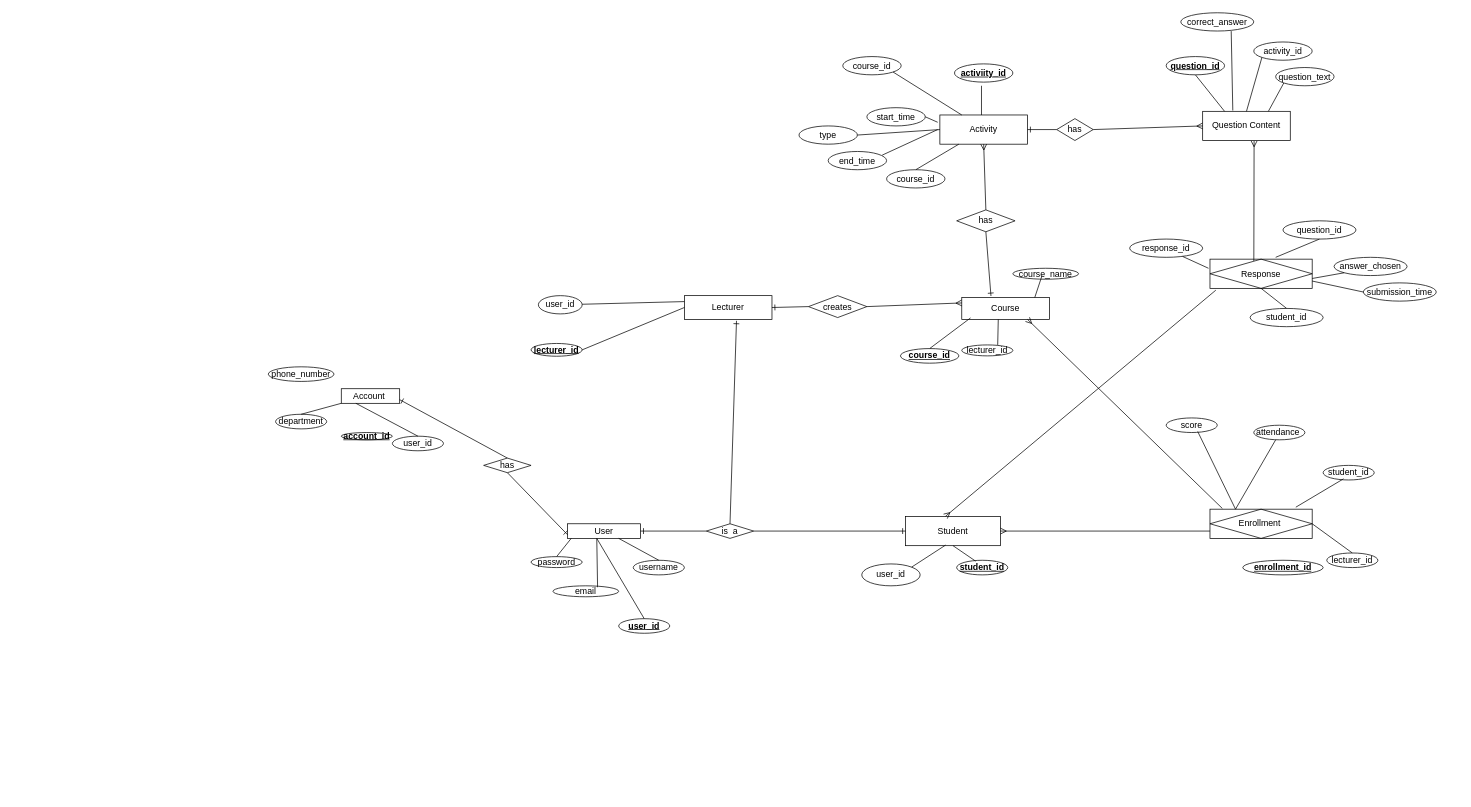
Above: Untitled Diagram.drawio in InnoMind002/InnoMind002 (draw.io), before the change. Source tidied: cells renumbered, new cells numbered last; positions are measured from the earlier drawing's top-left corner, leaving out a move shared by most shapes. Both pictures are drawn from the tidied source at 73%, with x=0, y=0 at pixel (268, 12).
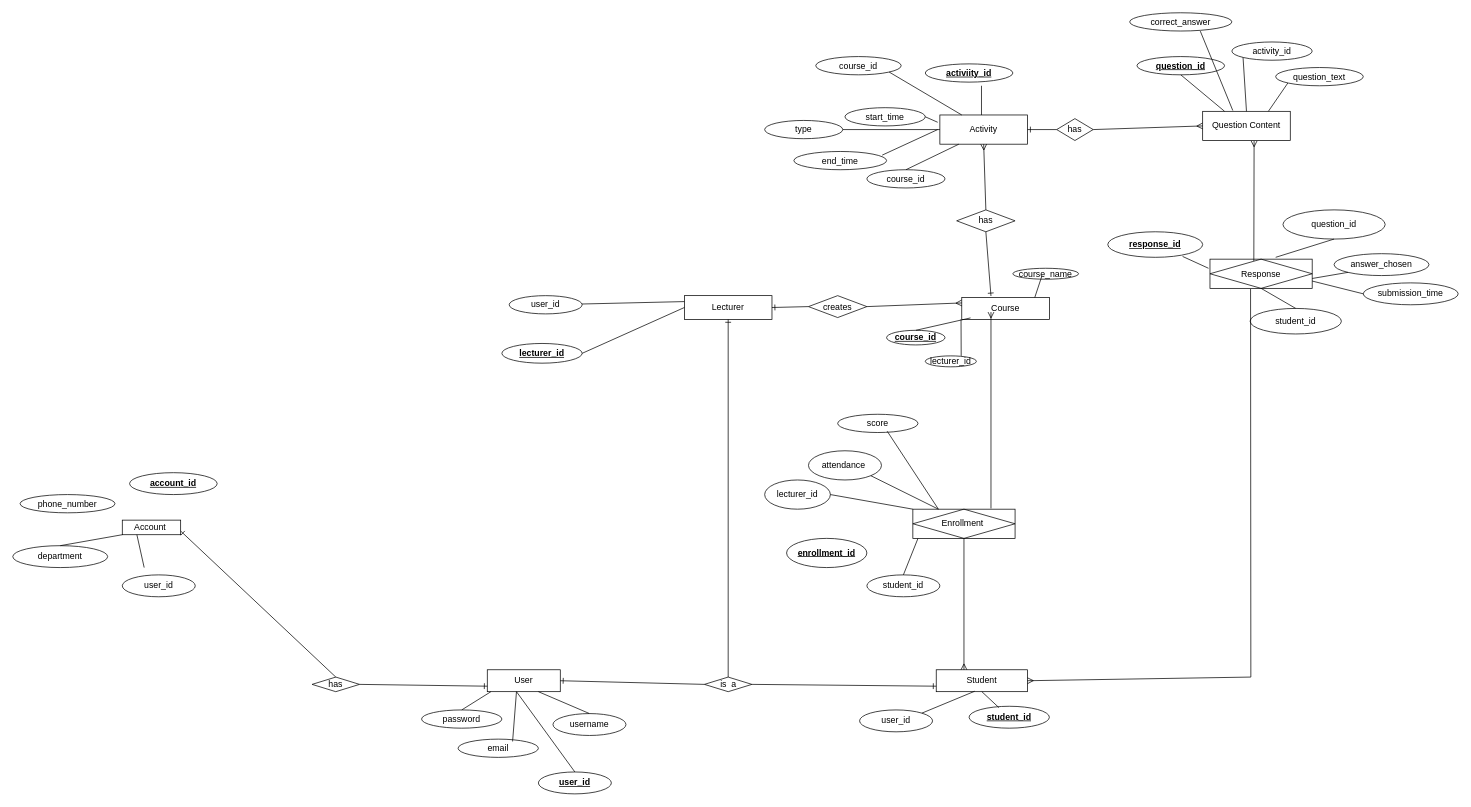
After the change.

Unchanged cells that the change refers to:
```xml
<mxCell id="2" value="Lecturer" style="rounded=0;whiteSpace=wrap;html=1;" parent="1" vertex="1">
  <mxGeometry x="570" y="387.5" width="120" height="32.5" as="geometry" />
</mxCell>
<mxCell id="3" value="Course" style="rounded=0;whiteSpace=wrap;html=1;" parent="1" vertex="1">
  <mxGeometry x="950" y="390" width="120" height="30" as="geometry" />
</mxCell>
<mxCell id="85" value="Response" style="shape=associativeEntity;whiteSpace=wrap;html=1;align=center;" parent="1" vertex="1">
  <mxGeometry x="1290" y="337.5" width="140" height="40" as="geometry" />
</mxCell>
```

What changed in the source:
```diff
@@
     <mxCell id="4" value="Student" style="rounded=0;whiteSpace=wrap;html=1;" parent="1" vertex="1">
-      <mxGeometry x="873" y="690" width="130" height="40" as="geometry" />
+      <mxGeometry x="915" y="900" width="125" height="30" as="geometry" />
     </mxCell>
@@
     <mxCell id="6" value="Account&amp;nbsp;" style="rounded=0;whiteSpace=wrap;html=1;" parent="1" vertex="1">
-      <mxGeometry x="100" y="515" width="80" height="20" as="geometry" />
+      <mxGeometry x="-200" y="695" width="80" height="20" as="geometry" />
     </mxCell>
     <mxCell id="7" value="&lt;b&gt;&lt;u&gt;account_id&lt;/u&gt;&lt;/b&gt;" style="ellipse;whiteSpace=wrap;html=1;" parent="1" vertex="1">
-      <mxGeometry x="100" y="575" width="70" height="10" as="geometry" />
+      <mxGeometry x="-190" y="630" width="120" height="30" as="geometry" />
     </mxCell>
     <mxCell id="8" value="department" style="ellipse;whiteSpace=wrap;html=1;" parent="1" vertex="1">
-      <mxGeometry x="10" y="550" width="70" height="20" as="geometry" />
+      <mxGeometry x="-350" y="730" width="130" height="30" as="geometry" />
     </mxCell>
     <mxCell id="9" value="phone_number" style="ellipse;whiteSpace=wrap;html=1;" parent="1" vertex="1">
-      <mxGeometry y="485" width="90" height="20" as="geometry" />
+      <mxGeometry x="-340" y="660" width="130" height="25" as="geometry" />
     </mxCell>
@@
     <mxCell id="11" value="has" style="rhombus;whiteSpace=wrap;html=1;" parent="1" vertex="1">
-      <mxGeometry x="295" y="610" width="65" height="20" as="geometry" />
+      <mxGeometry x="60" y="910" width="65" height="20" as="geometry" />
     </mxCell>
-    <mxCell id="12" style="endArrow=ERone;html=1;rounded=0;entryX=0;entryY=0.5;entryDx=0;entryDy=0;exitX=1;exitY=0.5;exitDx=0;exitDy=0;endFill=0;" parent="1" edge="1" source="54" target="4">
+    <mxCell id="12" style="endArrow=ERone;html=1;rounded=0;entryX=0;entryY=0.75;entryDx=0;entryDy=0;exitX=1;exitY=0.5;exitDx=0;exitDy=0;endFill=0;entryPerimeter=0;" parent="1" edge="1" source="54" target="4">
       <mxGeometry relative="1" as="geometry" />
     </mxCell>
     <mxCell id="13" value="user_id" style="ellipse;whiteSpace=wrap;html=1;" parent="1" vertex="1">
-      <mxGeometry x="813" y="755" width="80" height="30" as="geometry" />
+      <mxGeometry x="810" y="955" width="100" height="30" as="geometry" />
     </mxCell>
     <mxCell id="14" value="user_id" style="ellipse;whiteSpace=wrap;html=1;" parent="1" vertex="1">
-      <mxGeometry x="370" y="387.5" width="60" height="25" as="geometry" />
+      <mxGeometry x="330" y="387.5" width="100" height="25" as="geometry" />
     </mxCell>
     <mxCell id="15" value="&lt;u&gt;&lt;b&gt;lecturer_id&lt;/b&gt;&lt;/u&gt;" style="ellipse;whiteSpace=wrap;html=1;" parent="1" vertex="1">
-      <mxGeometry x="360" y="453" width="70" height="17.5" as="geometry" />
+      <mxGeometry x="320" y="453" width="110" height="27" as="geometry" />
     </mxCell>
     <mxCell id="16" value="&lt;b&gt;&lt;u&gt;student_id&lt;/u&gt;&lt;/b&gt;" style="ellipse;whiteSpace=wrap;html=1;" parent="1" vertex="1">
-      <mxGeometry x="943" y="750" width="70" height="20" as="geometry" />
+      <mxGeometry x="960" y="950" width="110" height="30" as="geometry" />
     </mxCell>
@@
     <mxCell id="20" style="edgeStyle=orthogonalEdgeStyle;rounded=0;orthogonalLoop=1;jettySize=auto;html=1;exitX=0.5;exitY=1;exitDx=0;exitDy=0;" parent="1" edge="1">
       <mxGeometry relative="1" as="geometry">
-        <mxPoint x="1340" y="710" as="sourcePoint" />
-        <mxPoint x="1340" y="710" as="targetPoint" />
+        <mxPoint x="930" y="710" as="sourcePoint" />
+        <mxPoint x="930" y="710" as="targetPoint" />
       </mxGeometry>
     </mxCell>
     <mxCell id="21" value="end_time" style="ellipse;whiteSpace=wrap;html=1;" parent="1" vertex="1">
-      <mxGeometry x="767" y="190" width="80" height="25" as="geometry" />
+      <mxGeometry x="720" y="190" width="127" height="25" as="geometry" />
     </mxCell>
     <mxCell id="22" value="start_time" style="ellipse;whiteSpace=wrap;html=1;" parent="1" vertex="1">
-      <mxGeometry x="820" y="130" width="80" height="25" as="geometry" />
+      <mxGeometry x="790" y="130" width="110" height="25" as="geometry" />
     </mxCell>
     <mxCell id="23" value="&lt;b&gt;&lt;u&gt;course_id&lt;/u&gt;&lt;/b&gt;" style="ellipse;whiteSpace=wrap;html=1;" parent="1" vertex="1">
-      <mxGeometry x="866" y="460" width="80" height="20" as="geometry" />
+      <mxGeometry x="847" y="435" width="80" height="20" as="geometry" />
     </mxCell>
     <mxCell id="24" value="course_id" style="ellipse;whiteSpace=wrap;html=1;" parent="1" vertex="1">
-      <mxGeometry x="787" y="60" width="80" height="25" as="geometry" />
+      <mxGeometry x="750" y="60" width="117" height="25" as="geometry" />
     </mxCell>
     <mxCell id="25" value="user_id" style="ellipse;whiteSpace=wrap;html=1;" parent="1" vertex="1">
-      <mxGeometry x="170" y="580" width="70" height="20" as="geometry" />
+      <mxGeometry x="-200" y="770" width="100" height="30" as="geometry" />
     </mxCell>
-    <mxCell id="26" style="endArrow=none;html=1;rounded=0;exitX=0.5;exitY=0;exitDx=0;exitDy=0;entryX=0.25;entryY=1;entryDx=0;entryDy=0;" parent="1" edge="1" source="25" target="6">
-      <mxGeometry relative="1" as="geometry" />
+    <mxCell id="26" style="endArrow=none;html=1;rounded=0;entryX=0.25;entryY=1;entryDx=0;entryDy=0;" parent="1" edge="1" target="6">
+      <mxGeometry relative="1" as="geometry">
+        <mxPoint x="-170" y="760" as="sourcePoint" />
+      </mxGeometry>
     </mxCell>
     <mxCell id="27" value="User" style="rounded=0;whiteSpace=wrap;html=1;" parent="1" vertex="1">
-      <mxGeometry x="410" y="700" width="100" height="20" as="geometry" />
+      <mxGeometry x="300" y="900" width="100" height="30" as="geometry" />
     </mxCell>
     <mxCell id="28" value="&lt;u&gt;&lt;b&gt;user_id&lt;/b&gt;&lt;/u&gt;" style="ellipse;whiteSpace=wrap;html=1;" parent="1" vertex="1">
-      <mxGeometry x="480" y="830" width="70" height="20" as="geometry" />
+      <mxGeometry x="370" y="1040" width="100" height="30" as="geometry" />
     </mxCell>
     <mxCell id="29" value="username" style="ellipse;whiteSpace=wrap;html=1;" parent="1" vertex="1">
-      <mxGeometry x="500" y="750" width="70" height="20" as="geometry" />
+      <mxGeometry x="390" y="960" width="100" height="30" as="geometry" />
     </mxCell>
     <mxCell id="30" value="password" style="ellipse;whiteSpace=wrap;html=1;" parent="1" vertex="1">
-      <mxGeometry x="360" y="745" width="70" height="15" as="geometry" />
+      <mxGeometry x="210" y="955" width="110" height="25" as="geometry" />
     </mxCell>
     <mxCell id="31" value="email" style="ellipse;whiteSpace=wrap;html=1;direction=south;" parent="1" vertex="1">
-      <mxGeometry x="390" y="785" width="90" height="15" as="geometry" />
+      <mxGeometry x="260" y="995" width="110" height="25" as="geometry" />
     </mxCell>
@@
     <mxCell id="35" value="lecturer_id" style="ellipse;whiteSpace=wrap;html=1;" parent="1" vertex="1">
-      <mxGeometry x="950" y="455" width="70" height="15" as="geometry" />
+      <mxGeometry x="900" y="470" width="70" height="15" as="geometry" />
     </mxCell>
     <mxCell id="36" value="Enrollment&amp;nbsp;" style="shape=associativeEntity;whiteSpace=wrap;html=1;align=center;" parent="1" vertex="1">
-      <mxGeometry x="1290" y="680" width="140" height="40" as="geometry" />
+      <mxGeometry x="883" y="680" width="140" height="40" as="geometry" />
     </mxCell>
     <mxCell id="37" value="&lt;b&gt;&lt;u&gt;enrollment_id&lt;/u&gt;&lt;/b&gt;" style="ellipse;whiteSpace=wrap;html=1;" parent="1" vertex="1">
-      <mxGeometry x="1335" y="750" width="110" height="20" as="geometry" />
+      <mxGeometry x="710" y="720" width="110" height="40" as="geometry" />
     </mxCell>
     <mxCell id="38" value="attendance&amp;nbsp;" style="ellipse;whiteSpace=wrap;html=1;" parent="1" vertex="1">
-      <mxGeometry x="1350" y="565" width="70" height="20" as="geometry" />
+      <mxGeometry x="740" y="600" width="100" height="40" as="geometry" />
     </mxCell>
     <mxCell id="39" value="score" style="ellipse;whiteSpace=wrap;html=1;" parent="1" vertex="1">
-      <mxGeometry x="1230" y="555" width="70" height="20" as="geometry" />
+      <mxGeometry x="780" y="550" width="110" height="25" as="geometry" />
     </mxCell>
     <mxCell id="40" value="lecturer_id" style="ellipse;whiteSpace=wrap;html=1;" parent="1" vertex="1">
-      <mxGeometry x="1450" y="740" width="70" height="20" as="geometry" />
+      <mxGeometry x="680" y="640" width="90" height="40" as="geometry" />
     </mxCell>
     <mxCell id="41" value="student_id" style="ellipse;whiteSpace=wrap;html=1;" parent="1" vertex="1">
-      <mxGeometry x="1445" y="620" width="70" height="20" as="geometry" />
+      <mxGeometry x="820" y="770" width="100" height="30" as="geometry" />
     </mxCell>
@@
-    <mxCell id="45" style="endArrow=none;html=1;rounded=0;entryX=0;entryY=0.75;entryDx=0;entryDy=0;exitX=1;exitY=0.5;exitDx=0;exitDy=0;endFill=0;startFill=0;startArrow=ERmany;" parent="1" edge="1" source="4" target="36">
-      <mxGeometry relative="1" as="geometry" />
+    <mxCell id="45" style="endArrow=none;html=1;rounded=0;entryX=0.5;entryY=1;entryDx=0;entryDy=0;endFill=0;startFill=0;startArrow=ERmany;" parent="1" edge="1" target="36">
+      <mxGeometry relative="1" as="geometry">
+        <mxPoint x="953" y="900" as="sourcePoint" />
+      </mxGeometry>
     </mxCell>
-    <mxCell id="46" style="endArrow=none;html=1;rounded=0;entryX=0.25;entryY=0;entryDx=0;entryDy=0;" parent="1" edge="1" target="36">
-      <mxGeometry relative="1" as="geometry">
-        <mxPoint x="1380" y="585" as="sourcePoint" />
-      </mxGeometry>
+    <mxCell id="46" style="endArrow=none;html=1;rounded=0;entryX=0.25;entryY=0;entryDx=0;entryDy=0;exitX=1;exitY=1;exitDx=0;exitDy=0;" parent="1" edge="1" source="38" target="36">
+      <mxGeometry relative="1" as="geometry" />
     </mxCell>
-    <mxCell id="47" style="endArrow=none;html=1;rounded=0;entryX=0.5;entryY=0;entryDx=0;entryDy=0;exitX=1;exitY=0.5;exitDx=0;exitDy=0;" parent="1" edge="1" source="36" target="40">
+    <mxCell id="47" style="endArrow=none;html=1;rounded=0;entryX=1;entryY=0.5;entryDx=0;entryDy=0;exitX=0;exitY=0;exitDx=0;exitDy=0;" parent="1" edge="1" source="36" target="40">
       <mxGeometry relative="1" as="geometry" />
     </mxCell>
-    <mxCell id="48" style="endArrow=none;html=1;rounded=0;entryX=0.4;entryY=0.92;entryDx=0;entryDy=0;entryPerimeter=0;exitX=0.84;exitY=-0.068;exitDx=0;exitDy=0;exitPerimeter=0;" parent="1" edge="1" source="36" target="41">
-      <mxGeometry relative="1" as="geometry" />
+    <mxCell id="48" style="endArrow=none;html=1;rounded=0;entryX=0.5;entryY=0;entryDx=0;entryDy=0;" parent="1" edge="1" target="41">
+      <mxGeometry relative="1" as="geometry">
+        <mxPoint x="890" y="720" as="sourcePoint" />
+      </mxGeometry>
     </mxCell>
     <mxCell id="49" style="endArrow=none;html=1;rounded=0;exitX=0.128;exitY=0.321;exitDx=0;exitDy=0;exitPerimeter=0;" parent="1" edge="1" source="31">
       <mxGeometry relative="1" as="geometry">
-        <mxPoint x="450" y="720" as="targetPoint" />
+        <mxPoint x="340" y="930" as="targetPoint" />
       </mxGeometry>
     </mxCell>
     <mxCell id="50" style="endArrow=none;html=1;rounded=0;exitX=0.5;exitY=0;exitDx=0;exitDy=0;" parent="1" edge="1" source="28">
       <mxGeometry relative="1" as="geometry">
-        <mxPoint x="450" y="720" as="targetPoint" />
+        <mxPoint x="340" y="930" as="targetPoint" />
       </mxGeometry>
     </mxCell>
-    <mxCell id="51" style="endArrow=none;html=1;rounded=0;exitX=0;exitY=0.75;exitDx=0;exitDy=0;entryX=0.5;entryY=1;entryDx=0;entryDy=0;startArrow=ERone;startFill=0;" parent="1" edge="1" source="27" target="11">
+    <mxCell id="51" style="endArrow=none;html=1;rounded=0;exitX=0;exitY=0.75;exitDx=0;exitDy=0;startArrow=ERone;startFill=0;entryX=1;entryY=0.5;entryDx=0;entryDy=0;" parent="1" edge="1" source="27" target="11">
       <mxGeometry relative="1" as="geometry" />
     </mxCell>
     <mxCell id="52" style="endArrow=none;html=1;rounded=0;exitX=0.5;exitY=0;exitDx=0;exitDy=0;" parent="1" edge="1" source="29">
       <mxGeometry relative="1" as="geometry">
-        <mxPoint x="480" y="720" as="targetPoint" />
+        <mxPoint x="370" y="930" as="targetPoint" />
       </mxGeometry>
     </mxCell>
     <mxCell id="53" style="endArrow=none;html=1;rounded=0;exitX=0.5;exitY=0;exitDx=0;exitDy=0;" parent="1" edge="1" source="30">
       <mxGeometry relative="1" as="geometry">
-        <mxPoint x="415" y="720" as="targetPoint" />
+        <mxPoint x="305" y="930" as="targetPoint" />
       </mxGeometry>
     </mxCell>
     <mxCell id="54" value="is&amp;nbsp; a" style="rhombus;whiteSpace=wrap;html=1;" parent="1" vertex="1">
-      <mxGeometry x="600" y="700" width="65" height="20" as="geometry" />
+      <mxGeometry x="597.5" y="910" width="65" height="20" as="geometry" />
     </mxCell>
-    <mxCell id="55" style="endArrow=none;html=1;rounded=0;exitX=1;exitY=0.5;exitDx=0;exitDy=0;endFill=1;startFill=0;startArrow=ERone;" parent="1" edge="1" source="27">
-      <mxGeometry relative="1" as="geometry">
-        <mxPoint x="600" y="710" as="targetPoint" />
-      </mxGeometry>
+    <mxCell id="55" style="endArrow=none;html=1;rounded=0;exitX=1;exitY=0.5;exitDx=0;exitDy=0;endFill=1;startFill=0;startArrow=ERone;entryX=0;entryY=0.5;entryDx=0;entryDy=0;" parent="1" edge="1" source="27" target="54">
+      <mxGeometry relative="1" as="geometry" />
     </mxCell>
@@
-    <mxCell id="57" style="endArrow=ERone;html=1;rounded=0;exitX=0.5;exitY=0;exitDx=0;exitDy=0;entryX=0.595;entryY=1.06;entryDx=0;entryDy=0;entryPerimeter=0;endFill=0;" parent="1" edge="1" source="54" target="2">
+    <mxCell id="57" style="endArrow=ERone;html=1;rounded=0;exitX=0.5;exitY=0;exitDx=0;exitDy=0;entryX=0.5;entryY=1;entryDx=0;entryDy=0;endFill=0;" parent="1" edge="1" source="54" target="2">
       <mxGeometry relative="1" as="geometry" />
     </mxCell>
     <mxCell id="58" style="endArrow=none;html=1;rounded=0;entryX=0.703;entryY=0;entryDx=0;entryDy=0;entryPerimeter=0;" parent="1" edge="1" target="35">
       <mxGeometry relative="1" as="geometry">
-        <mxPoint x="1000" y="420" as="sourcePoint" />
+        <mxPoint x="949" y="420" as="sourcePoint" />
       </mxGeometry>
     </mxCell>
@@
     <mxCell id="61" value="type" style="ellipse;whiteSpace=wrap;html=1;" parent="1" vertex="1">
-      <mxGeometry x="727" y="155" width="80" height="25" as="geometry" />
+      <mxGeometry x="680" y="147.5" width="107" height="25" as="geometry" />
     </mxCell>
     <mxCell id="62" value="course_id" style="ellipse;whiteSpace=wrap;html=1;" parent="1" vertex="1">
-      <mxGeometry x="847" y="215" width="80" height="25" as="geometry" />
+      <mxGeometry x="820" y="215" width="107" height="25" as="geometry" />
     </mxCell>
     <mxCell id="63" value="&lt;b&gt;&lt;u&gt;activiity_id&lt;/u&gt;&lt;/b&gt;" style="ellipse;whiteSpace=wrap;html=1;" parent="1" vertex="1">
-      <mxGeometry x="940" y="70" width="80" height="25" as="geometry" />
+      <mxGeometry x="900" y="70" width="120" height="25" as="geometry" />
     </mxCell>
@@
     <mxCell id="71" value="activity_id" style="ellipse;whiteSpace=wrap;html=1;" parent="1" vertex="1">
-      <mxGeometry x="1350" y="40" width="80" height="25" as="geometry" />
+      <mxGeometry x="1320" y="40" width="110" height="25" as="geometry" />
     </mxCell>
     <mxCell id="72" value="&lt;b&gt;&lt;u&gt;question_id&lt;/u&gt;&lt;/b&gt;" style="ellipse;whiteSpace=wrap;html=1;" parent="1" vertex="1">
-      <mxGeometry x="1230" y="60" width="80" height="25" as="geometry" />
+      <mxGeometry x="1190" y="60" width="120" height="25" as="geometry" />
     </mxCell>
     <mxCell id="73" value="question_text" style="ellipse;whiteSpace=wrap;html=1;" parent="1" vertex="1">
-      <mxGeometry x="1380" y="75" width="80" height="25" as="geometry" />
+      <mxGeometry x="1380" y="75" width="120" height="25" as="geometry" />
     </mxCell>
     <mxCell id="74" value="correct_answer" style="ellipse;whiteSpace=wrap;html=1;" parent="1" vertex="1">
-      <mxGeometry x="1250" width="100" height="25" as="geometry" />
+      <mxGeometry x="1180" width="140" height="25" as="geometry" />
     </mxCell>
@@
     <mxCell id="86" value="student_id" style="ellipse;whiteSpace=wrap;html=1;" parent="1" vertex="1">
-      <mxGeometry x="1345" y="405" width="100" height="25" as="geometry" />
+      <mxGeometry x="1345" y="405" width="125" height="35" as="geometry" />
     </mxCell>
-    <mxCell id="87" value="response_id" style="ellipse;whiteSpace=wrap;html=1;" parent="1" vertex="1">
-      <mxGeometry x="1180" y="310" width="100" height="25" as="geometry" />
+    <mxCell id="87" value="&lt;b&gt;&lt;u&gt;response_id&lt;/u&gt;&lt;/b&gt;" style="ellipse;whiteSpace=wrap;html=1;" parent="1" vertex="1">
+      <mxGeometry x="1150" y="300" width="130" height="35" as="geometry" />
     </mxCell>
     <mxCell id="88" value="question_id" style="ellipse;whiteSpace=wrap;html=1;" parent="1" vertex="1">
-      <mxGeometry x="1390" y="285" width="100" height="25" as="geometry" />
+      <mxGeometry x="1390" y="270" width="140" height="40" as="geometry" />
     </mxCell>
     <mxCell id="89" value="submission_time" style="ellipse;whiteSpace=wrap;html=1;" parent="1" vertex="1">
-      <mxGeometry x="1500" y="370" width="100" height="25" as="geometry" />
+      <mxGeometry x="1500" y="370" width="130" height="30" as="geometry" />
     </mxCell>
     <mxCell id="90" value="answer_chosen" style="ellipse;whiteSpace=wrap;html=1;" parent="1" vertex="1">
-      <mxGeometry x="1460" y="335" width="100" height="25" as="geometry" />
+      <mxGeometry x="1460" y="330" width="130" height="30" as="geometry" />
     </mxCell>
@@
-    <mxCell id="96" style="endArrow=none;html=1;rounded=0;exitX=0.42;exitY=-0.004;exitDx=0;exitDy=0;exitPerimeter=0;startArrow=ERmany;startFill=0;" parent="1" edge="1" source="4">
-      <mxGeometry relative="1" as="geometry">
-        <mxPoint x="1298" y="380" as="targetPoint" />
-      </mxGeometry>
-    </mxCell>
@@
-    <mxCell id="98" style="endArrow=ERmany;html=1;rounded=0;exitX=0.121;exitY=-0.025;exitDx=0;exitDy=0;exitPerimeter=0;endFill=0;entryX=0.75;entryY=1;entryDx=0;entryDy=0;" parent="1" edge="1" source="36" target="3">
-      <mxGeometry relative="1" as="geometry" />
+    <mxCell id="98" style="endArrow=ERmany;html=1;rounded=0;endFill=0;" parent="1" edge="1">
+      <mxGeometry relative="1" as="geometry">
+        <mxPoint x="990" y="679" as="sourcePoint" />
+        <mxPoint x="990" y="410" as="targetPoint" />
+      </mxGeometry>
     </mxCell>
+    <mxCell id="99" style="endArrow=none;html=1;rounded=0;entryX=0.397;entryY=1.023;entryDx=0;entryDy=0;entryPerimeter=0;exitX=1;exitY=0.5;exitDx=0;exitDy=0;endFill=0;startArrow=ERmany;startFill=0;" parent="1" edge="1" source="4" target="85">
+      <mxGeometry relative="1" as="geometry">
+        <Array as="points">
+          <mxPoint x="1346" y="910" />
+        </Array>
+      </mxGeometry>
+    </mxCell>
```
